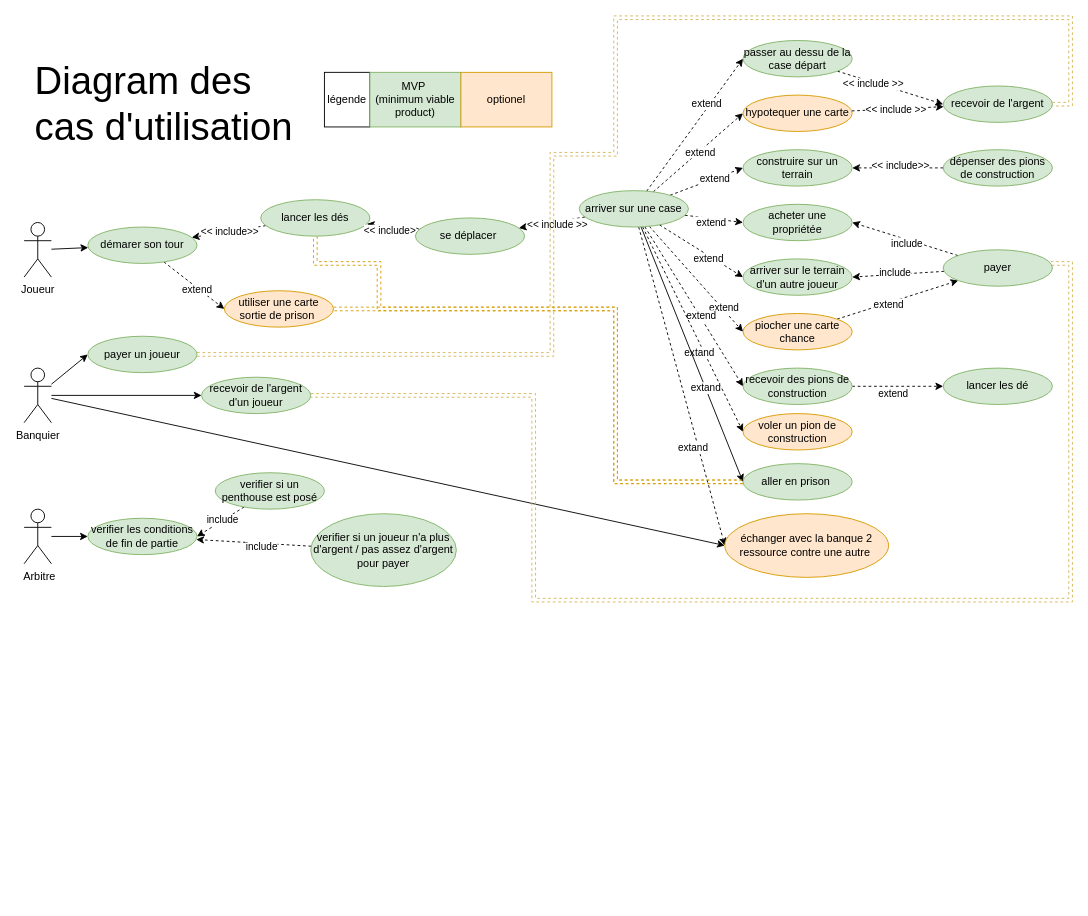
Before: page "Classes du Monopoly Builder" (1 of 5) of B__Analyse/Use_case.drawio in gazhonsepaskwa/builder, a draw.io diagram. Source tidied: cells renumbered, new cells numbered last; positions are measured from the earlier drawing's top-left corner, leaving out a move shared by most shapes. Both pictures are drawn from the tidied source at 91%, with x=0, y=0 at pixel (24, 17).
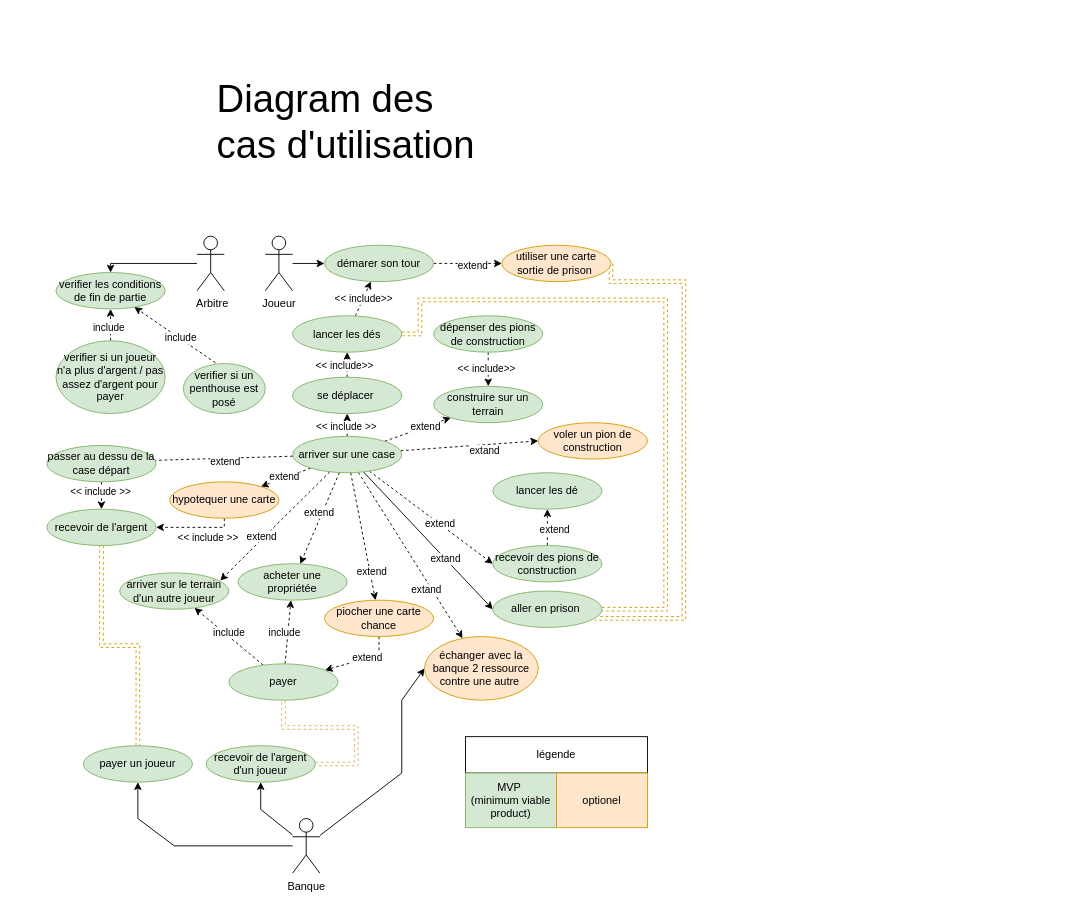
Above is the later version.

Unchanged cells that the change refers to:
```xml
<mxCell id="52" style="rounded=0;jettySize=auto;html=1;entryX=0;entryY=0.5;entryDx=0;entryDy=0;dashed=1;" parent="1" edge="1" source="54" target="84">
  <mxGeometry relative="1" as="geometry" />
</mxCell>
```

Diff of the diagram source:
```diff
@@
     <mxCell id="3" value="Joueur" style="shape=umlActor;verticalLabelPosition=bottom;verticalAlign=top;html=1;outlineConnect=0;" parent="1" vertex="1">
-      <mxGeometry y="225" width="30" height="60" as="geometry" />
+      <mxGeometry x="265" y="240" width="30" height="60" as="geometry" />
     </mxCell>
-    <mxCell id="4" style="rounded=0;jettySize=auto;html=1;entryX=0;entryY=0.5;entryDx=0;entryDy=0;" parent="1" edge="1" source="7" target="24">
-      <mxGeometry relative="1" as="geometry" />
+    <mxCell id="4" style="rounded=0;jettySize=auto;html=1;" parent="1" edge="1" source="7" target="24">
+      <mxGeometry relative="1" as="geometry">
+        <Array as="points">
+          <mxPoint x="165" y="910" />
+          <mxPoint x="125" y="880" />
+        </Array>
+      </mxGeometry>
     </mxCell>
     <mxCell id="5" style="rounded=0;jettySize=auto;html=1;entryX=0;entryY=0.5;entryDx=0;entryDy=0;" parent="1" edge="1" source="7" target="68">
-      <mxGeometry relative="1" as="geometry" />
+      <mxGeometry relative="1" as="geometry">
+        <Array as="points">
+          <mxPoint x="415" y="830" />
+          <mxPoint x="415" y="750" />
+        </Array>
+      </mxGeometry>
     </mxCell>
-    <mxCell id="6" style="rounded=0;jettySize=auto;html=1;entryX=0;entryY=0.5;entryDx=0;entryDy=0;" parent="1" edge="1" source="7" target="79">
-      <mxGeometry relative="1" as="geometry" />
+    <mxCell id="6" style="rounded=0;jettySize=auto;html=1;" parent="1" edge="1" source="7" target="79">
+      <mxGeometry relative="1" as="geometry">
+        <Array as="points">
+          <mxPoint x="260" y="870" />
+        </Array>
+      </mxGeometry>
     </mxCell>
-    <mxCell id="7" value="Banquier" style="shape=umlActor;verticalLabelPosition=bottom;verticalAlign=top;html=1;outlineConnect=0;" parent="1" vertex="1">
-      <mxGeometry y="385" width="30" height="60" as="geometry" />
+    <mxCell id="7" value="&amp;nbsp;" style="shape=umlActor;verticalLabelPosition=bottom;verticalAlign=top;html=1;outlineConnect=0;" parent="1" vertex="1">
+      <mxGeometry x="295" y="880" width="30" height="60" as="geometry" />
     </mxCell>
-    <mxCell id="8" style="rounded=0;jettySize=auto;html=1;entryX=0;entryY=0.5;entryDx=0;entryDy=0;" parent="1" edge="1" source="9" target="25">
-      <mxGeometry relative="1" as="geometry" />
+    <mxCell id="8" style="edgeStyle=orthogonalEdgeStyle;rounded=0;jettySize=auto;html=1;" parent="1" edge="1" source="9" target="25">
+      <mxGeometry relative="1" as="geometry">
+        <Array as="points">
+          <mxPoint x="95" y="270" />
+        </Array>
+      </mxGeometry>
     </mxCell>
     <mxCell id="9" value="&amp;nbsp;Arbitre" style="shape=umlActor;verticalLabelPosition=bottom;verticalAlign=top;html=1;outlineConnect=0;" parent="1" vertex="1">
-      <mxGeometry y="540" width="30" height="60" as="geometry" />
+      <mxGeometry x="190" y="240" width="30" height="60" as="geometry" />
     </mxCell>
     <mxCell id="10" value="Diagram des cas d'utilisation " style="text;html=1;strokeColor=none;fillColor=none;align=left;verticalAlign=middle;whiteSpace=wrap;rounded=0;fontSize=42;" parent="1" vertex="1">
-      <mxGeometry x="10" y="80" width="290" height="30" as="geometry" />
+      <mxGeometry x="210" y="100" width="290" height="30" as="geometry" />
     </mxCell>
@@
     <mxCell id="13" style="edgeStyle=orthogonalEdgeStyle;rounded=0;jettySize=auto;html=1;shape=link;fillColor=#ffe6cc;strokeColor=#d79b00;dashed=1;" parent="1" edge="1" source="14" target="66">
       <mxGeometry relative="1" as="geometry">
         <Array as="points">
-          <mxPoint x="320" y="270" />
-          <mxPoint x="390" y="270" />
-          <mxPoint x="390" y="320" />
-          <mxPoint x="650" y="320" />
-          <mxPoint x="650" y="510" />
+          <mxPoint x="435" y="348" />
+          <mxPoint x="435" y="310" />
+          <mxPoint x="705" y="310" />
+          <mxPoint x="705" y="650" />
         </Array>
       </mxGeometry>
     </mxCell>
     <mxCell id="14" value="lancer les dés" style="ellipse;whiteSpace=wrap;html=1;fillColor=#d5e8d4;strokeColor=#82b366;" parent="1" vertex="1">
-      <mxGeometry x="260" y="200" width="120" height="40" as="geometry" />
+      <mxGeometry x="295" y="327.5" width="120" height="40" as="geometry" />
     </mxCell>
@@
     <mxCell id="17" value="se déplacer&amp;nbsp;" style="ellipse;whiteSpace=wrap;html=1;fillColor=#d5e8d4;strokeColor=#82b366;" parent="1" vertex="1">
-      <mxGeometry x="430" y="220" width="120" height="40" as="geometry" />
+      <mxGeometry x="295" y="395" width="120" height="40" as="geometry" />
     </mxCell>
     <mxCell id="18" value="acheter une propriétée" style="ellipse;whiteSpace=wrap;html=1;fillColor=#d5e8d4;strokeColor=#82b366;" parent="1" vertex="1">
-      <mxGeometry x="790" y="205" width="120" height="40" as="geometry" />
+      <mxGeometry x="235" y="600" width="120" height="40" as="geometry" />
     </mxCell>
     <mxCell id="19" value="arriver sur le terrain d'un autre joueur" style="ellipse;whiteSpace=wrap;html=1;fillColor=#d5e8d4;strokeColor=#82b366;" parent="1" vertex="1">
-      <mxGeometry x="790" y="265" width="120" height="40" as="geometry" />
+      <mxGeometry x="105" y="610" width="120" height="40" as="geometry" />
     </mxCell>
     <mxCell id="20" value="construire sur un terrain" style="ellipse;whiteSpace=wrap;html=1;fillColor=#d5e8d4;strokeColor=#82b366;" parent="1" vertex="1">
-      <mxGeometry x="790" y="145" width="120" height="40" as="geometry" />
+      <mxGeometry x="450" y="405" width="120" height="40" as="geometry" />
     </mxCell>
     <mxCell id="21" style="rounded=0;jettySize=auto;html=1;dashed=1;" parent="1" edge="1" source="23" target="31">
-      <mxGeometry relative="1" as="geometry" />
+      <mxGeometry relative="1" as="geometry">
+        <Array as="points">
+          <mxPoint x="390" y="700" />
+        </Array>
+      </mxGeometry>
     </mxCell>
@@
     <mxCell id="23" value="piocher une carte chance" style="ellipse;whiteSpace=wrap;html=1;fillColor=#ffe6cc;strokeColor=#d79b00;" parent="1" vertex="1">
-      <mxGeometry x="790" y="325" width="120" height="40" as="geometry" />
+      <mxGeometry x="330" y="640" width="120" height="40" as="geometry" />
     </mxCell>
+    <mxCell id="88" style="edgeStyle=orthogonalEdgeStyle;rounded=0;jettySize=auto;html=1;fillColor=#ffe6cc;strokeColor=#d79b00;shape=link;dashed=1;" parent="1" edge="1" source="24" target="81">
+      <mxGeometry relative="1" as="geometry" />
+    </mxCell>
     <mxCell id="24" value="payer un joueur" style="ellipse;whiteSpace=wrap;html=1;fillColor=#d5e8d4;strokeColor=#82b366;" parent="1" vertex="1">
-      <mxGeometry x="70" y="350" width="120" height="40" as="geometry" />
+      <mxGeometry x="65" y="800" width="120" height="40" as="geometry" />
     </mxCell>
     <mxCell id="25" value="verifier les conditions de fin de partie" style="ellipse;whiteSpace=wrap;html=1;fillColor=#d5e8d4;strokeColor=#82b366;" parent="1" vertex="1">
-      <mxGeometry x="70" y="550" width="120" height="40" as="geometry" />
+      <mxGeometry x="35" y="280" width="120" height="40" as="geometry" />
     </mxCell>
-    <mxCell id="26" style="rounded=0;jettySize=auto;html=1;entryX=1;entryY=0.5;entryDx=0;entryDy=0;dashed=1;" parent="1" edge="1" source="31" target="18">
+    <mxCell id="26" style="rounded=0;jettySize=auto;html=1;dashed=1;" parent="1" edge="1" source="31" target="18">
       <mxGeometry relative="1" as="geometry" />
     </mxCell>
@@
-    <mxCell id="28" style="rounded=0;jettySize=auto;html=1;entryX=1;entryY=0.5;entryDx=0;entryDy=0;dashed=1;" parent="1" edge="1" source="31" target="19">
+    <mxCell id="28" style="rounded=0;jettySize=auto;html=1;dashed=1;" parent="1" edge="1" source="31" target="19">
       <mxGeometry relative="1" as="geometry" />
     </mxCell>
@@
-    <mxCell id="30" style="edgeStyle=orthogonalEdgeStyle;rounded=0;jettySize=auto;html=1;entryX=1;entryY=0.5;entryDx=0;entryDy=0;dashed=1;shape=link;fillColor=#fff2cc;strokeColor=#d6b656;" parent="1" edge="1" source="31" target="79">
+    <mxCell id="30" style="edgeStyle=orthogonalEdgeStyle;rounded=0;jettySize=auto;html=1;dashed=1;shape=link;fillColor=#fff2cc;strokeColor=#d6b656;" parent="1" edge="1" source="31" target="79">
       <mxGeometry relative="1" as="geometry">
         <Array as="points">
-          <mxPoint x="1150" y="270" />
-          <mxPoint x="1150" y="640" />
-          <mxPoint x="560" y="640" />
-          <mxPoint x="560" y="415" />
+          <mxPoint x="285" y="780" />
+          <mxPoint x="365" y="780" />
         </Array>
       </mxGeometry>
     </mxCell>
     <mxCell id="31" value="payer" style="ellipse;whiteSpace=wrap;html=1;fillColor=#d5e8d4;strokeColor=#82b366;" parent="1" vertex="1">
-      <mxGeometry x="1010" y="255" width="120" height="40" as="geometry" />
+      <mxGeometry x="225" y="710" width="120" height="40" as="geometry" />
     </mxCell>
-    <mxCell id="32" style="rounded=0;jettySize=auto;html=1;entryX=0;entryY=0.5;entryDx=0;entryDy=0;dashed=1;" parent="1" edge="1" source="54" target="18">
+    <mxCell id="32" style="rounded=0;jettySize=auto;html=1;dashed=1;" parent="1" edge="1" source="54" target="18">
       <mxGeometry relative="1" as="geometry" />
     </mxCell>
@@
-    <mxCell id="34" style="rounded=0;jettySize=auto;html=1;entryX=0;entryY=0.5;entryDx=0;entryDy=0;dashed=1;" parent="1" edge="1" source="54" target="19">
+    <mxCell id="34" style="rounded=0;jettySize=auto;html=1;dashed=1;entryX=0.921;entryY=0.211;entryDx=0;entryDy=0;entryPerimeter=0;" parent="1" edge="1" source="54" target="19">
       <mxGeometry relative="1" as="geometry" />
     </mxCell>
@@
-    <mxCell id="38" style="rounded=0;jettySize=auto;html=1;entryX=0;entryY=0.5;entryDx=0;entryDy=0;dashed=1;" parent="1" edge="1" source="54" target="20">
+    <mxCell id="38" style="rounded=0;jettySize=auto;html=1;dashed=1;" parent="1" edge="1" source="54" target="20">
       <mxGeometry relative="1" as="geometry" />
     </mxCell>
@@
-    <mxCell id="40" style="rounded=0;jettySize=auto;html=1;entryX=0;entryY=0.5;entryDx=0;entryDy=0;dashed=1;" parent="1" edge="1" source="54" target="23">
+    <mxCell id="40" style="rounded=0;jettySize=auto;html=1;dashed=1;" parent="1" edge="1" source="54" target="23">
       <mxGeometry relative="1" as="geometry" />
     </mxCell>
@@
-    <mxCell id="48" style="rounded=0;jettySize=auto;html=1;entryX=0;entryY=0.5;entryDx=0;entryDy=0;dashed=1;" parent="1" edge="1" source="54" target="68">
+    <mxCell id="48" style="rounded=0;jettySize=auto;html=1;dashed=1;" parent="1" edge="1" source="54" target="68">
       <mxGeometry relative="1" as="geometry" />
     </mxCell>
@@
-    <mxCell id="50" style="rounded=0;jettySize=auto;html=1;entryX=0;entryY=0.5;entryDx=0;entryDy=0;dashed=1;" parent="1" edge="1" source="54" target="78">
+    <mxCell id="50" style="rounded=0;jettySize=auto;html=1;dashed=1;" parent="1" edge="1" source="54" target="78">
       <mxGeometry relative="1" as="geometry" />
     </mxCell>
@@
     <mxCell id="53" value="extend" style="edgeLabel;html=1;align=center;verticalAlign=middle;" parent="52" vertex="1">
-      <mxGeometry x="0.29" y="3" relative="1" as="geometry" />
+      <mxGeometry x="0.29" y="3" relative="1" as="geometry">
+        <mxPoint x="99" y="-3" as="offset" />
+      </mxGeometry>
     </mxCell>
     <mxCell id="54" value="arriver sur une case" style="ellipse;whiteSpace=wrap;html=1;fillColor=#d5e8d4;strokeColor=#82b366;" parent="1" vertex="1">
-      <mxGeometry x="610" y="190" width="120" height="40" as="geometry" />
+      <mxGeometry x="295" y="460" width="120" height="40" as="geometry" />
     </mxCell>
@@
     <mxCell id="57" value="démarer son tour" style="ellipse;whiteSpace=wrap;html=1;fillColor=#d5e8d4;strokeColor=#82b366;" parent="1" vertex="1">
-      <mxGeometry x="70" y="230" width="120" height="40" as="geometry" />
+      <mxGeometry x="330" y="250" width="120" height="40" as="geometry" />
     </mxCell>
@@
     <mxCell id="60" value="dépenser des pions de construction" style="ellipse;whiteSpace=wrap;html=1;fillColor=#d5e8d4;strokeColor=#82b366;" parent="1" vertex="1">
-      <mxGeometry x="1010" y="145" width="120" height="40" as="geometry" />
+      <mxGeometry x="450" y="327.5" width="120" height="40" as="geometry" />
     </mxCell>
-    <mxCell id="61" style="edgeStyle=orthogonalEdgeStyle;rounded=0;jettySize=auto;html=1;entryX=0;entryY=0.5;entryDx=0;entryDy=0;dashed=1;" parent="1" edge="1" source="63" target="67">
-      <mxGeometry relative="1" as="geometry" />
+    <mxCell id="61" style="edgeStyle=orthogonalEdgeStyle;rounded=0;jettySize=auto;html=1;dashed=1;" parent="1" edge="1" source="63" target="67">
+      <mxGeometry relative="1" as="geometry">
+        <Array as="points">
+          <mxPoint x="575" y="580" />
+          <mxPoint x="575" y="580" />
+        </Array>
+      </mxGeometry>
     </mxCell>
@@
     <mxCell id="63" value="recevoir des pions de construction" style="ellipse;whiteSpace=wrap;html=1;fillColor=#d5e8d4;strokeColor=#82b366;" parent="1" vertex="1">
-      <mxGeometry x="790" y="385" width="120" height="40" as="geometry" />
+      <mxGeometry x="515" y="580" width="120" height="40" as="geometry" />
     </mxCell>
     <mxCell id="64" value="voler un pion de construction" style="ellipse;whiteSpace=wrap;html=1;fillColor=#ffe6cc;strokeColor=#d79b00;" parent="1" vertex="1">
-      <mxGeometry x="790" y="435" width="120" height="40" as="geometry" />
+      <mxGeometry x="565" y="445" width="120" height="40" as="geometry" />
     </mxCell>
     <mxCell id="65" style="rounded=0;jettySize=auto;html=1;entryX=1;entryY=0.5;entryDx=0;entryDy=0;fillColor=#ffe6cc;strokeColor=#d79b00;dashed=1;shape=link;edgeStyle=orthogonalEdgeStyle;" parent="1" edge="1" source="66" target="75">
       <mxGeometry relative="1" as="geometry">
         <Array as="points">
-          <mxPoint x="650" y="510" />
-          <mxPoint x="650" y="320" />
+          <mxPoint x="725" y="660" />
+          <mxPoint x="725" y="290" />
+          <mxPoint x="645" y="290" />
         </Array>
       </mxGeometry>
     </mxCell>
     <mxCell id="66" value="aller en prison&amp;nbsp;" style="ellipse;whiteSpace=wrap;html=1;fillColor=#d5e8d4;strokeColor=#82b366;" parent="1" vertex="1">
-      <mxGeometry x="790" y="490" width="120" height="40" as="geometry" />
+      <mxGeometry x="515" y="630" width="120" height="40" as="geometry" />
     </mxCell>
     <mxCell id="67" value="lancer les dé" style="ellipse;whiteSpace=wrap;html=1;fillColor=#d5e8d4;strokeColor=#82b366;" parent="1" vertex="1">
-      <mxGeometry x="1010" y="385" width="120" height="40" as="geometry" />
+      <mxGeometry x="515" y="500" width="120" height="40" as="geometry" />
     </mxCell>
     <mxCell id="68" value="échanger avec la banque 2 ressource contre une autre&amp;nbsp;" style="ellipse;whiteSpace=wrap;html=1;fillColor=#ffe6cc;strokeColor=#d79b00;" parent="1" vertex="1">
-      <mxGeometry x="770" y="545" width="180" height="70" as="geometry" />
+      <mxGeometry x="440" y="680" width="125" height="70" as="geometry" />
     </mxCell>
-    <mxCell id="69" style="rounded=0;jettySize=auto;html=1;entryX=1;entryY=0.5;entryDx=0;entryDy=0;dashed=1;" parent="1" edge="1" source="71" target="25">
+    <mxCell id="69" style="rounded=0;jettySize=auto;html=1;dashed=1;exitX=0.392;exitY=-0.015;exitDx=0;exitDy=0;exitPerimeter=0;" parent="1" edge="1" source="71" target="25">
       <mxGeometry relative="1" as="geometry" />
     </mxCell>
@@
     <mxCell id="71" value="verifier si un penthouse est posé" style="ellipse;whiteSpace=wrap;html=1;fillColor=#d5e8d4;strokeColor=#82b366;" parent="1" vertex="1">
-      <mxGeometry x="210" y="500" width="120" height="40" as="geometry" />
+      <mxGeometry x="175" y="380" width="90" height="55" as="geometry" />
     </mxCell>
@@
     <mxCell id="74" value="verifier si un joueur n'a plus d'argent / pas assez d'argent pour payer" style="ellipse;whiteSpace=wrap;html=1;fillColor=#d5e8d4;strokeColor=#82b366;" parent="1" vertex="1">
-      <mxGeometry x="315" y="545" width="160" height="80" as="geometry" />
+      <mxGeometry x="35" y="355" width="120" height="80" as="geometry" />
     </mxCell>
     <mxCell id="75" value="utiliser une carte sortie de prison&amp;nbsp;" style="ellipse;whiteSpace=wrap;html=1;fillColor=#ffe6cc;strokeColor=#d79b00;" parent="1" vertex="1">
-      <mxGeometry x="220" y="300" width="120" height="40" as="geometry" />
+      <mxGeometry x="525" y="250" width="120" height="40" as="geometry" />
     </mxCell>
     <mxCell id="76" style="rounded=0;jettySize=auto;html=1;dashed=1;" parent="1" edge="1" source="78" target="81">
-      <mxGeometry relative="1" as="geometry" />
+      <mxGeometry relative="1" as="geometry">
+        <Array as="points">
+          <mxPoint x="220" y="560" />
+        </Array>
+      </mxGeometry>
     </mxCell>
     <mxCell id="77" value="&amp;lt;&amp;lt; include &amp;gt;&amp;gt;" style="edgeLabel;html=1;align=center;verticalAlign=middle;" parent="76" vertex="1">
-      <mxGeometry x="-0.06" relative="1" as="geometry" />
+      <mxGeometry x="-0.06" relative="1" as="geometry">
+        <mxPoint x="11" y="10" as="offset" />
+      </mxGeometry>
     </mxCell>
     <mxCell id="78" value="hypotequer une carte" style="ellipse;whiteSpace=wrap;html=1;fillColor=#ffe6cc;strokeColor=#d79b00;" parent="1" vertex="1">
-      <mxGeometry x="790" y="85" width="120" height="40" as="geometry" />
+      <mxGeometry x="160" y="510" width="120" height="40" as="geometry" />
     </mxCell>
     <mxCell id="79" value="recevoir de l'argent d'un joueur" style="ellipse;whiteSpace=wrap;html=1;fillColor=#d5e8d4;strokeColor=#82b366;" parent="1" vertex="1">
-      <mxGeometry x="195" y="395" width="120" height="40" as="geometry" />
+      <mxGeometry x="200" y="800" width="120" height="40" as="geometry" />
     </mxCell>
-    <mxCell id="80" style="edgeStyle=orthogonalEdgeStyle;rounded=0;jettySize=auto;html=1;entryX=1;entryY=0.5;entryDx=0;entryDy=0;dashed=1;shape=link;fillColor=#fff2cc;strokeColor=#d6b656;" parent="1" edge="1" source="81" target="24">
-      <mxGeometry relative="1" as="geometry">
-        <Array as="points">
-          <mxPoint x="1150" y="95" />
-          <mxPoint x="1150" />
-          <mxPoint x="650" />
-          <mxPoint x="650" y="150" />
-          <mxPoint x="580" y="150" />
-          <mxPoint x="580" y="370" />
-        </Array>
-      </mxGeometry>
-    </mxCell>
     <mxCell id="81" value="recevoir de l'argent" style="ellipse;whiteSpace=wrap;html=1;fillColor=#d5e8d4;strokeColor=#82b366;" parent="1" vertex="1">
-      <mxGeometry x="1010" y="75" width="120" height="40" as="geometry" />
+      <mxGeometry x="25" y="540" width="120" height="40" as="geometry" />
     </mxCell>
-    <mxCell id="82" style="rounded=0;jettySize=auto;html=1;entryX=0;entryY=0.5;entryDx=0;entryDy=0;dashed=1;" parent="1" edge="1" source="84" target="81">
+    <mxCell id="82" style="rounded=0;jettySize=auto;html=1;dashed=1;" parent="1" edge="1" source="84" target="81">
       <mxGeometry relative="1" as="geometry" />
     </mxCell>
@@
     <mxCell id="84" value="passer au dessu de la case départ" style="ellipse;whiteSpace=wrap;html=1;fillColor=#d5e8d4;strokeColor=#82b366;" parent="1" vertex="1">
-      <mxGeometry x="790" y="25" width="120" height="40" as="geometry" />
+      <mxGeometry x="25" y="470" width="120" height="40" as="geometry" />
     </mxCell>
     <mxCell id="85" value="légende" style="rounded=0;whiteSpace=wrap;html=1;" parent="1" vertex="1">
-      <mxGeometry x="330" y="60" width="50" height="60" as="geometry" />
+      <mxGeometry x="485" y="790" width="200" height="40" as="geometry" />
     </mxCell>
     <mxCell id="86" value="&lt;div&gt;MVP&amp;nbsp;&lt;/div&gt;&lt;div&gt;(minimum viable product)&lt;/div&gt;" style="rounded=0;whiteSpace=wrap;html=1;fillColor=#d5e8d4;strokeColor=#82b366;" parent="1" vertex="1">
-      <mxGeometry x="380" y="60" width="100" height="60" as="geometry" />
+      <mxGeometry x="485" y="830" width="100" height="60" as="geometry" />
     </mxCell>
     <mxCell id="87" value="optionel" style="rounded=0;whiteSpace=wrap;html=1;fillColor=#ffe6cc;strokeColor=#d79b00;" parent="1" vertex="1">
-      <mxGeometry x="480" y="60" width="100" height="60" as="geometry" />
+      <mxGeometry x="585" y="830" width="100" height="60" as="geometry" />
     </mxCell>
+    <mxCell id="89" value="Banque" style="text;html=1;align=center;verticalAlign=middle;strokeColor=none;fillColor=none;" parent="1" vertex="1">
+      <mxGeometry x="280" y="940" width="60" height="30" as="geometry" />
+    </mxCell>
```
